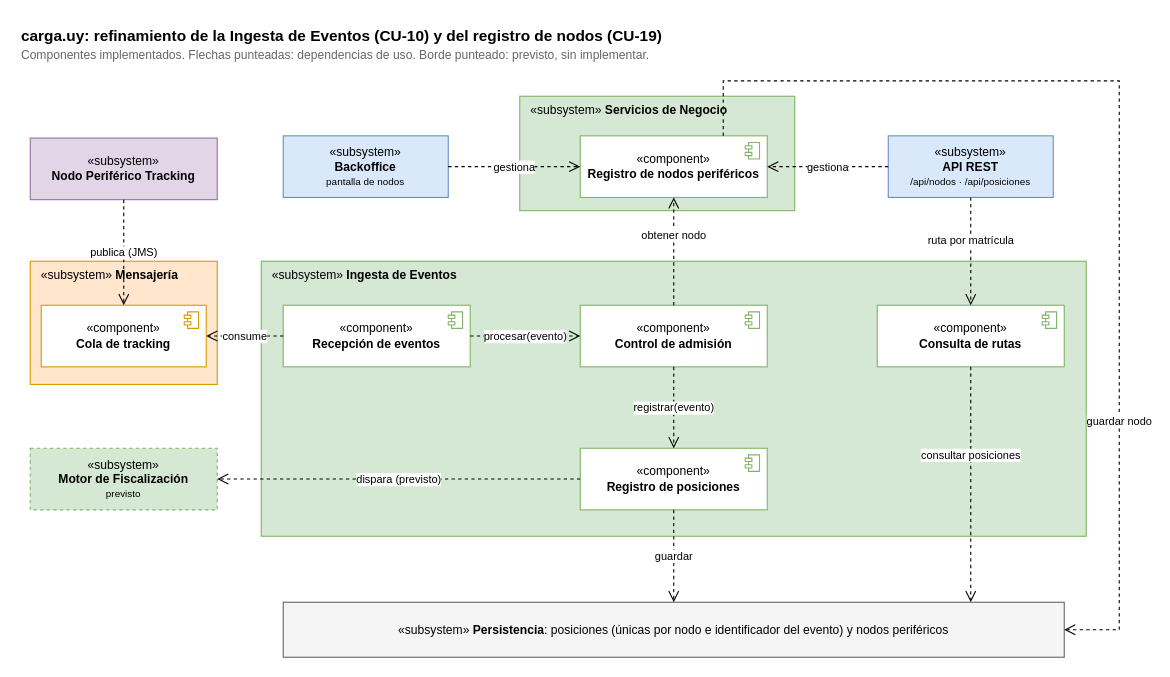
The draw.io diagram docs/informe/fuentes-drawio/carga-uy-refinamiento-ingesta.drawio in LucasLazogue/TSE-carga-uy, before the edit. Source tidied: cells renumbered, new cells numbered last; positions are measured from the earlier drawing's top-left corner, leaving out a move shared by most shapes. Both pictures are drawn from the tidied source at 110%, with x=0, y=0 at pixel (19, 19).
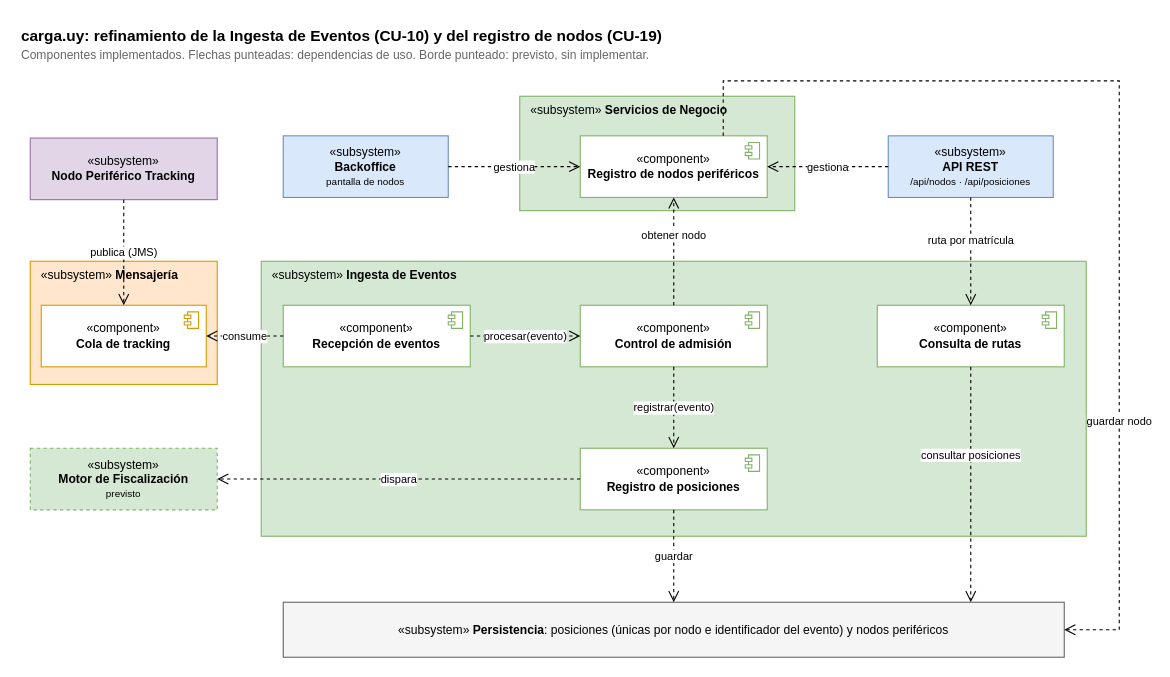
Above is the later version.

Commit message (it also covers changes not shown here):
docs: saturacion en el cu-10 y refinamiento 1 como diseño (obs 9 y 16)

The change refers to these unchanged cells:
```xml
<mxCell id="14" value="«component»&lt;br&gt;&lt;b&gt;Registro de posiciones&lt;/b&gt;" style="rounded=0;whiteSpace=wrap;html=1;fillColor=#ffffff;strokeColor=#82b366;fontSize=11;" parent="7" vertex="1">
  <mxGeometry x="290" y="170" width="170" height="56" as="geometry" />
</mxCell>
<mxCell id="21" value="«subsystem»&lt;br&gt;&lt;b&gt;Motor de Fiscalización&lt;/b&gt;&lt;br&gt;&lt;font style=&quot;font-size:9px&quot;&gt;previsto&lt;/font&gt;" style="rounded=0;whiteSpace=wrap;html=1;fillColor=#d5e8d4;strokeColor=#82b366;fontSize=11;dashed=1;" parent="1" vertex="1">
  <mxGeometry x="10" y="390" width="170" height="56" as="geometry" />
</mxCell>
```

What changed in the source:
```diff
@@
-    <mxCell id="34" value="dispara (previsto)" style="endArrow=open;endSize=8;dashed=1;html=1;rounded=0;fontSize=10;labelBackgroundColor=#FFFFFF;edgeStyle=orthogonalEdgeStyle;exitX=0;exitY=0.5;exitDx=0;exitDy=0;entryX=1;entryY=0.5;entryDx=0;entryDy=0;" parent="1" edge="1" source="14" target="21">
+    <mxCell id="34" value="dispara" style="endArrow=open;endSize=8;dashed=1;html=1;rounded=0;fontSize=10;labelBackgroundColor=#FFFFFF;edgeStyle=orthogonalEdgeStyle;exitX=0;exitY=0.5;exitDx=0;exitDy=0;entryX=1;entryY=0.5;entryDx=0;entryDy=0;" parent="1" edge="1" source="14" target="21">
       <mxGeometry relative="1" as="geometry" />
     </mxCell>
```
